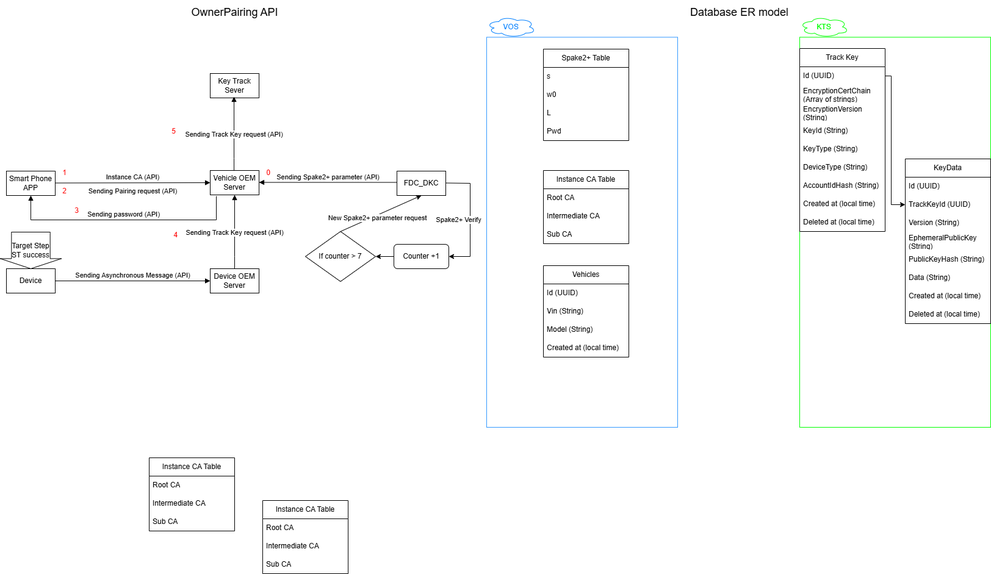
Earlier version of the draw.io export IoVOwnerPairingAPI.drawio.png (LaurenHsu31/DKC). Source tidied: cells renumbered, new cells last; positions are measured from the earlier drawing's top-left corner, leaving out a move shared by most shapes.
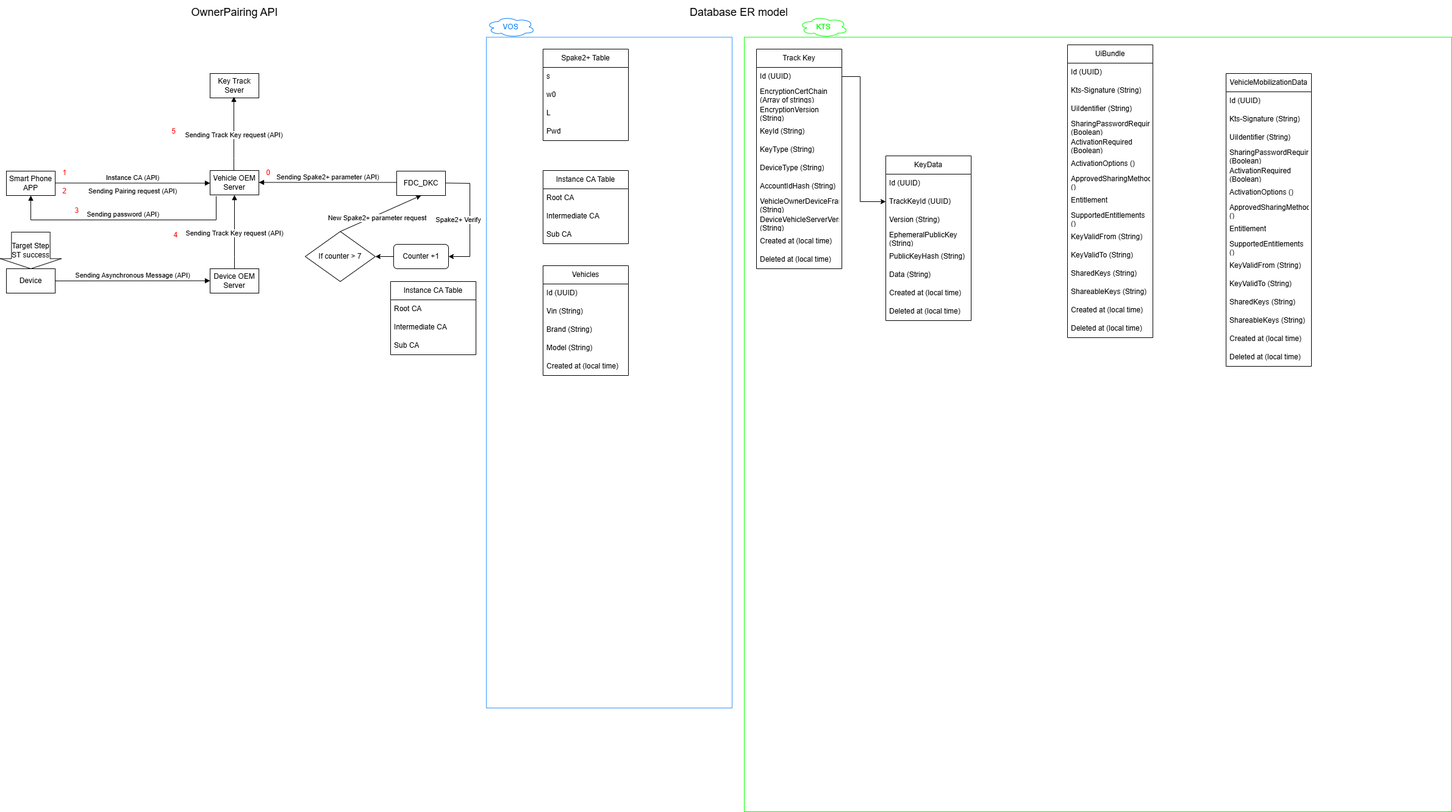
The same file after the commit.

The edit, as a diff of the source:
```diff
@@ -115,19 +115,19 @@
       <mxGeometry y="90" width="140" height="30" as="geometry" />
     </mxCell>
     <mxCell id="32" style="rounded=0;whiteSpace=wrap;html=1;fillColor=none;strokeColor=#3399FF;" parent="1" vertex="1">
-      <mxGeometry x="797" y="60.5" width="313" height="639.5" as="geometry" />
+      <mxGeometry x="797" y="60.5" width="403" height="1099.5" as="geometry" />
     </mxCell>
     <mxCell id="33" value="&lt;font style=&quot;color: rgb(0, 127, 255);&quot;&gt;VOS&lt;/font&gt;" style="ellipse;shape=cloud;whiteSpace=wrap;html=1;strokeColor=#007FFF;" parent="1" vertex="1">
       <mxGeometry x="797" y="26.5" width="80" height="34" as="geometry" />
     </mxCell>
     <mxCell id="34" style="rounded=0;whiteSpace=wrap;html=1;fillColor=none;strokeColor=#00FF00;" parent="1" vertex="1">
-      <mxGeometry x="1310" y="60.5" width="313" height="639.5" as="geometry" />
+      <mxGeometry x="1220" y="60.5" width="1160" height="1269.5" as="geometry" />
     </mxCell>
     <mxCell id="35" value="&lt;font style=&quot;color: rgb(0, 255, 0);&quot;&gt;KTS&lt;/font&gt;" style="ellipse;shape=cloud;whiteSpace=wrap;html=1;strokeColor=#00FF00;" parent="1" vertex="1">
       <mxGeometry x="1310" y="26.5" width="80" height="34" as="geometry" />
     </mxCell>
     <mxCell id="36" value="Vehicles" style="swimlane;fontStyle=0;horizontal=1;startSize=30;whiteSpace=wrap;html=1;" parent="1" vertex="1">
-      <mxGeometry x="890" y="435" width="140" height="150" as="geometry" />
+      <mxGeometry x="890" y="435" width="140" height="180" as="geometry" />
     </mxCell>
     <mxCell id="37" value="Id (UUID)" style="text;strokeColor=none;fillColor=none;align=left;verticalAlign=middle;spacingLeft=4;spacingRight=4;overflow=hidden;whiteSpace=wrap;html=1;" parent="36" vertex="1">
       <mxGeometry y="30" width="140" height="30" as="geometry" />
@@ -135,11 +135,14 @@
     <mxCell id="38" value="Vin (String)" style="text;strokeColor=none;fillColor=none;align=left;verticalAlign=middle;spacingLeft=4;spacingRight=4;overflow=hidden;whiteSpace=wrap;html=1;" parent="36" vertex="1">
       <mxGeometry y="60" width="140" height="30" as="geometry" />
     </mxCell>
+    <mxCell id="77" value="Brand (String)" style="text;strokeColor=none;fillColor=none;align=left;verticalAlign=middle;spacingLeft=4;spacingRight=4;overflow=hidden;whiteSpace=wrap;html=1;" parent="36" vertex="1">
+      <mxGeometry y="90" width="140" height="30" as="geometry" />
+    </mxCell>
     <mxCell id="39" value="Model (String)" style="text;strokeColor=none;fillColor=none;align=left;verticalAlign=middle;spacingLeft=4;spacingRight=4;overflow=hidden;whiteSpace=wrap;html=1;" parent="36" vertex="1">
-      <mxGeometry y="90" width="140" height="30" as="geometry" />
+      <mxGeometry y="120" width="140" height="30" as="geometry" />
     </mxCell>
     <mxCell id="40" value="Created at (local time)" style="text;strokeColor=none;fillColor=none;align=left;verticalAlign=middle;spacingLeft=4;spacingRight=4;overflow=hidden;whiteSpace=wrap;html=1;" parent="36" vertex="1">
-      <mxGeometry y="120" width="140" height="30" as="geometry" />
+      <mxGeometry y="150" width="140" height="30" as="geometry" />
     </mxCell>
     <mxCell id="41" value="Counter +1" style="rounded=1;whiteSpace=wrap;html=1;" parent="1" vertex="1">
       <mxGeometry x="645" y="400" width="90" height="40" as="geometry" />
@@ -180,20 +183,56 @@
         </Array>
       </mxGeometry>
     </mxCell>
-    <mxCell id="49" value="Instance CA Table" style="swimlane;fontStyle=0;horizontal=1;startSize=30;whiteSpace=wrap;html=1;" parent="1" vertex="1">
-      <mxGeometry x="430" y="820" width="140" height="120" as="geometry" />
+    <mxCell id="49" value="UiBundle" style="swimlane;fontStyle=0;horizontal=1;startSize=30;whiteSpace=wrap;html=1;" parent="1" vertex="1">
+      <mxGeometry x="1750" y="73" width="140" height="480" as="geometry" />
     </mxCell>
-    <mxCell id="50" value="Root CA" style="text;strokeColor=none;fillColor=none;align=left;verticalAlign=middle;spacingLeft=4;spacingRight=4;overflow=hidden;whiteSpace=wrap;html=1;" parent="49" vertex="1">
+    <mxCell id="50" value="Id (UUID)" style="text;strokeColor=none;fillColor=none;align=left;verticalAlign=middle;spacingLeft=4;spacingRight=4;overflow=hidden;whiteSpace=wrap;html=1;" parent="49" vertex="1">
       <mxGeometry y="30" width="140" height="30" as="geometry" />
     </mxCell>
-    <mxCell id="51" value="Intermediate CA" style="text;strokeColor=none;fillColor=none;align=left;verticalAlign=middle;spacingLeft=4;spacingRight=4;overflow=hidden;whiteSpace=wrap;html=1;" parent="49" vertex="1">
+    <mxCell id="51" value="Kts-Signature (String)" style="text;strokeColor=none;fillColor=none;align=left;verticalAlign=middle;spacingLeft=4;spacingRight=4;overflow=hidden;whiteSpace=wrap;html=1;" parent="49" vertex="1">
       <mxGeometry y="60" width="140" height="30" as="geometry" />
     </mxCell>
-    <mxCell id="52" value="Sub CA" style="text;strokeColor=none;fillColor=none;align=left;verticalAlign=middle;spacingLeft=4;spacingRight=4;overflow=hidden;whiteSpace=wrap;html=1;" parent="49" vertex="1">
+    <mxCell id="52" value="UiIdentifier (String)" style="text;strokeColor=none;fillColor=none;align=left;verticalAlign=middle;spacingLeft=4;spacingRight=4;overflow=hidden;whiteSpace=wrap;html=1;" parent="49" vertex="1">
       <mxGeometry y="90" width="140" height="30" as="geometry" />
     </mxCell>
+    <mxCell id="78" value="SharingPasswordRequired (Boolean)" style="text;strokeColor=none;fillColor=none;align=left;verticalAlign=middle;spacingLeft=4;spacingRight=4;overflow=hidden;whiteSpace=wrap;html=1;" parent="49" vertex="1">
+      <mxGeometry y="120" width="140" height="30" as="geometry" />
+    </mxCell>
+    <mxCell id="79" value="ActivationRequired (Boolean)" style="text;strokeColor=none;fillColor=none;align=left;verticalAlign=middle;spacingLeft=4;spacingRight=4;overflow=hidden;whiteSpace=wrap;html=1;" parent="49" vertex="1">
+      <mxGeometry y="150" width="140" height="30" as="geometry" />
+    </mxCell>
+    <mxCell id="80" value="ActivationOptions ()" style="text;strokeColor=none;fillColor=none;align=left;verticalAlign=middle;spacingLeft=4;spacingRight=4;overflow=hidden;whiteSpace=wrap;html=1;" parent="49" vertex="1">
+      <mxGeometry y="180" width="140" height="30" as="geometry" />
+    </mxCell>
+    <mxCell id="81" value="ApprovedSharingMethods ()" style="text;strokeColor=none;fillColor=none;align=left;verticalAlign=middle;spacingLeft=4;spacingRight=4;overflow=hidden;whiteSpace=wrap;html=1;" parent="49" vertex="1">
+      <mxGeometry y="210" width="140" height="30" as="geometry" />
+    </mxCell>
+    <mxCell id="82" value="Entitlement" style="text;strokeColor=none;fillColor=none;align=left;verticalAlign=middle;spacingLeft=4;spacingRight=4;overflow=hidden;whiteSpace=wrap;html=1;" parent="49" vertex="1">
+      <mxGeometry y="240" width="140" height="30" as="geometry" />
+    </mxCell>
+    <mxCell id="83" value="SupportedEntitlements ()" style="text;strokeColor=none;fillColor=none;align=left;verticalAlign=middle;spacingLeft=4;spacingRight=4;overflow=hidden;whiteSpace=wrap;html=1;" parent="49" vertex="1">
+      <mxGeometry y="270" width="140" height="30" as="geometry" />
+    </mxCell>
+    <mxCell id="84" value="KeyValidFrom (String)" style="text;strokeColor=none;fillColor=none;align=left;verticalAlign=middle;spacingLeft=4;spacingRight=4;overflow=hidden;whiteSpace=wrap;html=1;" parent="49" vertex="1">
+      <mxGeometry y="300" width="140" height="30" as="geometry" />
+    </mxCell>
+    <mxCell id="85" value="KeyValidTo (String)" style="text;strokeColor=none;fillColor=none;align=left;verticalAlign=middle;spacingLeft=4;spacingRight=4;overflow=hidden;whiteSpace=wrap;html=1;" parent="49" vertex="1">
+      <mxGeometry y="330" width="140" height="30" as="geometry" />
+    </mxCell>
+    <mxCell id="86" value="SharedKeys (String)" style="text;strokeColor=none;fillColor=none;align=left;verticalAlign=middle;spacingLeft=4;spacingRight=4;overflow=hidden;whiteSpace=wrap;html=1;" parent="49" vertex="1">
+      <mxGeometry y="360" width="140" height="30" as="geometry" />
+    </mxCell>
+    <mxCell id="87" value="ShareableKeys (String)" style="text;strokeColor=none;fillColor=none;align=left;verticalAlign=middle;spacingLeft=4;spacingRight=4;overflow=hidden;whiteSpace=wrap;html=1;" parent="49" vertex="1">
+      <mxGeometry y="390" width="140" height="30" as="geometry" />
+    </mxCell>
+    <mxCell id="88" value="Created at (local time)" style="text;strokeColor=none;fillColor=none;align=left;verticalAlign=middle;spacingLeft=4;spacingRight=4;overflow=hidden;whiteSpace=wrap;html=1;" parent="49" vertex="1">
+      <mxGeometry y="420" width="140" height="30" as="geometry" />
+    </mxCell>
+    <mxCell id="89" value="Deleted at (local time)" style="text;strokeColor=none;fillColor=none;align=left;verticalAlign=middle;spacingLeft=4;spacingRight=4;overflow=hidden;whiteSpace=wrap;html=1;" parent="49" vertex="1">
+      <mxGeometry y="450" width="140" height="30" as="geometry" />
+    </mxCell>
     <mxCell id="53" value="KeyData" style="swimlane;fontStyle=0;horizontal=1;startSize=30;whiteSpace=wrap;html=1;" parent="1" vertex="1">
-      <mxGeometry x="1483" y="260" width="140" height="270" as="geometry" />
+      <mxGeometry x="1452" y="255" width="140" height="270" as="geometry" />
     </mxCell>
     <mxCell id="54" value="Id (UUID)" style="text;strokeColor=none;fillColor=none;align=left;verticalAlign=middle;spacingLeft=4;spacingRight=4;overflow=hidden;whiteSpace=wrap;html=1;" parent="53" vertex="1">
       <mxGeometry y="30" width="140" height="30" as="geometry" />
@@ -220,7 +259,7 @@
       <mxGeometry y="240" width="140" height="30" as="geometry" />
     </mxCell>
     <mxCell id="62" value="Track Key" style="swimlane;fontStyle=0;horizontal=1;startSize=30;whiteSpace=wrap;html=1;" parent="1" vertex="1">
-      <mxGeometry x="1310" y="79" width="140" height="300" as="geometry" />
+      <mxGeometry x="1240" y="80" width="140" height="360" as="geometry" />
     </mxCell>
     <mxCell id="63" value="Id (UUID)" style="text;strokeColor=none;fillColor=none;align=left;verticalAlign=middle;spacingLeft=4;spacingRight=4;overflow=hidden;points=[[0,0.5],[1,0.5]];portConstraint=eastwest;whiteSpace=wrap;html=1;" parent="62" vertex="1">
       <mxGeometry y="30" width="140" height="30" as="geometry" />
@@ -243,14 +282,20 @@
     <mxCell id="69" value="AccountIdHash (String)" style="text;strokeColor=none;fillColor=none;align=left;verticalAlign=middle;spacingLeft=4;spacingRight=4;overflow=hidden;whiteSpace=wrap;html=1;" parent="62" vertex="1">
       <mxGeometry y="210" width="140" height="30" as="geometry" />
     </mxCell>
-    <mxCell id="70" value="Created at (local time)" style="text;strokeColor=none;fillColor=none;align=left;verticalAlign=middle;spacingLeft=4;spacingRight=4;overflow=hidden;whiteSpace=wrap;html=1;" parent="62" vertex="1">
+    <mxCell id="70" value="VehicleOwnerDeviceFrameworkVersionList (String)" style="text;strokeColor=none;fillColor=none;align=left;verticalAlign=middle;spacingLeft=4;spacingRight=4;overflow=hidden;whiteSpace=wrap;html=1;" parent="62" vertex="1">
       <mxGeometry y="240" width="140" height="30" as="geometry" />
     </mxCell>
+    <mxCell id="90" value="DeviceVehicleServerVersionList (String)" style="text;strokeColor=none;fillColor=none;align=left;verticalAlign=middle;spacingLeft=4;spacingRight=4;overflow=hidden;whiteSpace=wrap;html=1;" parent="62" vertex="1">
+      <mxGeometry y="270" width="140" height="30" as="geometry" />
+    </mxCell>
+    <mxCell id="91" value="Created at (local time)" style="text;strokeColor=none;fillColor=none;align=left;verticalAlign=middle;spacingLeft=4;spacingRight=4;overflow=hidden;whiteSpace=wrap;html=1;" parent="62" vertex="1">
+      <mxGeometry y="300" width="140" height="30" as="geometry" />
+    </mxCell>
     <mxCell id="71" value="Deleted at (local time)" style="text;strokeColor=none;fillColor=none;align=left;verticalAlign=middle;spacingLeft=4;spacingRight=4;overflow=hidden;whiteSpace=wrap;html=1;" parent="62" vertex="1">
-      <mxGeometry y="270" width="140" height="30" as="geometry" />
+      <mxGeometry y="330" width="140" height="30" as="geometry" />
     </mxCell>
     <mxCell id="72" value="Instance CA Table" style="swimlane;fontStyle=0;horizontal=1;startSize=30;whiteSpace=wrap;html=1;" parent="1" vertex="1">
-      <mxGeometry x="244" y="750" width="140" height="120" as="geometry" />
+      <mxGeometry x="640" y="461" width="140" height="120" as="geometry" />
     </mxCell>
     <mxCell id="73" value="Root CA" style="text;strokeColor=none;fillColor=none;align=left;verticalAlign=middle;spacingLeft=4;spacingRight=4;overflow=hidden;whiteSpace=wrap;html=1;" parent="72" vertex="1">
       <mxGeometry y="30" width="140" height="30" as="geometry" />
@@ -264,10 +309,58 @@
     <mxCell id="76" style="endArrow=classic;html=1;rounded=0;exitX=1;exitY=0.5;exitDx=0;exitDy=0;entryX=0;entryY=0.5;entryDx=0;entryDy=0;" parent="1" edge="1" source="63" target="55">
       <mxGeometry relative="1" as="geometry">
         <Array as="points">
-          <mxPoint x="1460" y="124" />
-          <mxPoint x="1460" y="335" />
+          <mxPoint x="1410" y="125" />
+          <mxPoint x="1410" y="330" />
         </Array>
       </mxGeometry>
     </mxCell>
+    <mxCell id="92" value="VehicleMobilizationData" style="swimlane;fontStyle=0;horizontal=1;startSize=30;whiteSpace=wrap;html=1;" parent="1" vertex="1">
+      <mxGeometry x="2010" y="120" width="140" height="480" as="geometry" />
+    </mxCell>
+    <mxCell id="93" value="Id (UUID)" style="text;strokeColor=none;fillColor=none;align=left;verticalAlign=middle;spacingLeft=4;spacingRight=4;overflow=hidden;whiteSpace=wrap;html=1;" parent="92" vertex="1">
+      <mxGeometry y="30" width="140" height="30" as="geometry" />
+    </mxCell>
+    <mxCell id="94" value="Kts-Signature (String)" style="text;strokeColor=none;fillColor=none;align=left;verticalAlign=middle;spacingLeft=4;spacingRight=4;overflow=hidden;whiteSpace=wrap;html=1;" parent="92" vertex="1">
+      <mxGeometry y="60" width="140" height="30" as="geometry" />
+    </mxCell>
+    <mxCell id="95" value="UiIdentifier (String)" style="text;strokeColor=none;fillColor=none;align=left;verticalAlign=middle;spacingLeft=4;spacingRight=4;overflow=hidden;whiteSpace=wrap;html=1;" parent="92" vertex="1">
+      <mxGeometry y="90" width="140" height="30" as="geometry" />
+    </mxCell>
+    <mxCell id="96" value="SharingPasswordRequired (Boolean)" style="text;strokeColor=none;fillColor=none;align=left;verticalAlign=middle;spacingLeft=4;spacingRight=4;overflow=hidden;whiteSpace=wrap;html=1;" parent="92" vertex="1">
+      <mxGeometry y="120" width="140" height="30" as="geometry" />
+    </mxCell>
+    <mxCell id="97" value="ActivationRequired (Boolean)" style="text;strokeColor=none;fillColor=none;align=left;verticalAlign=middle;spacingLeft=4;spacingRight=4;overflow=hidden;whiteSpace=wrap;html=1;" parent="92" vertex="1">
+      <mxGeometry y="150" width="140" height="30" as="geometry" />
+    </mxCell>
+    <mxCell id="98" value="ActivationOptions ()" style="text;strokeColor=none;fillColor=none;align=left;verticalAlign=middle;spacingLeft=4;spacingRight=4;overflow=hidden;whiteSpace=wrap;html=1;" parent="92" vertex="1">
+      <mxGeometry y="180" width="140" height="30" as="geometry" />
+    </mxCell>
+    <mxCell id="99" value="ApprovedSharingMethods ()" style="text;strokeColor=none;fillColor=none;align=left;verticalAlign=middle;spacingLeft=4;spacingRight=4;overflow=hidden;whiteSpace=wrap;html=1;" parent="92" vertex="1">
+      <mxGeometry y="210" width="140" height="30" as="geometry" />
+    </mxCell>
+    <mxCell id="100" value="Entitlement" style="text;strokeColor=none;fillColor=none;align=left;verticalAlign=middle;spacingLeft=4;spacingRight=4;overflow=hidden;whiteSpace=wrap;html=1;" parent="92" vertex="1">
+      <mxGeometry y="240" width="140" height="30" as="geometry" />
+    </mxCell>
+    <mxCell id="101" value="SupportedEntitlements ()" style="text;strokeColor=none;fillColor=none;align=left;verticalAlign=middle;spacingLeft=4;spacingRight=4;overflow=hidden;whiteSpace=wrap;html=1;" parent="92" vertex="1">
+      <mxGeometry y="270" width="140" height="30" as="geometry" />
+    </mxCell>
+    <mxCell id="102" value="KeyValidFrom (String)" style="text;strokeColor=none;fillColor=none;align=left;verticalAlign=middle;spacingLeft=4;spacingRight=4;overflow=hidden;whiteSpace=wrap;html=1;" parent="92" vertex="1">
+      <mxGeometry y="300" width="140" height="30" as="geometry" />
+    </mxCell>
+    <mxCell id="103" value="KeyValidTo (String)" style="text;strokeColor=none;fillColor=none;align=left;verticalAlign=middle;spacingLeft=4;spacingRight=4;overflow=hidden;whiteSpace=wrap;html=1;" parent="92" vertex="1">
+      <mxGeometry y="330" width="140" height="30" as="geometry" />
+    </mxCell>
+    <mxCell id="104" value="SharedKeys (String)" style="text;strokeColor=none;fillColor=none;align=left;verticalAlign=middle;spacingLeft=4;spacingRight=4;overflow=hidden;whiteSpace=wrap;html=1;" parent="92" vertex="1">
+      <mxGeometry y="360" width="140" height="30" as="geometry" />
+    </mxCell>
+    <mxCell id="105" value="ShareableKeys (String)" style="text;strokeColor=none;fillColor=none;align=left;verticalAlign=middle;spacingLeft=4;spacingRight=4;overflow=hidden;whiteSpace=wrap;html=1;" parent="92" vertex="1">
+      <mxGeometry y="390" width="140" height="30" as="geometry" />
+    </mxCell>
+    <mxCell id="106" value="Created at (local time)" style="text;strokeColor=none;fillColor=none;align=left;verticalAlign=middle;spacingLeft=4;spacingRight=4;overflow=hidden;whiteSpace=wrap;html=1;" parent="92" vertex="1">
+      <mxGeometry y="420" width="140" height="30" as="geometry" />
+    </mxCell>
+    <mxCell id="107" value="Deleted at (local time)" style="text;strokeColor=none;fillColor=none;align=left;verticalAlign=middle;spacingLeft=4;spacingRight=4;overflow=hidden;whiteSpace=wrap;html=1;" parent="92" vertex="1">
+      <mxGeometry y="450" width="140" height="30" as="geometry" />
+    </mxCell>
   </root>
 </mxGraphModel>
```
